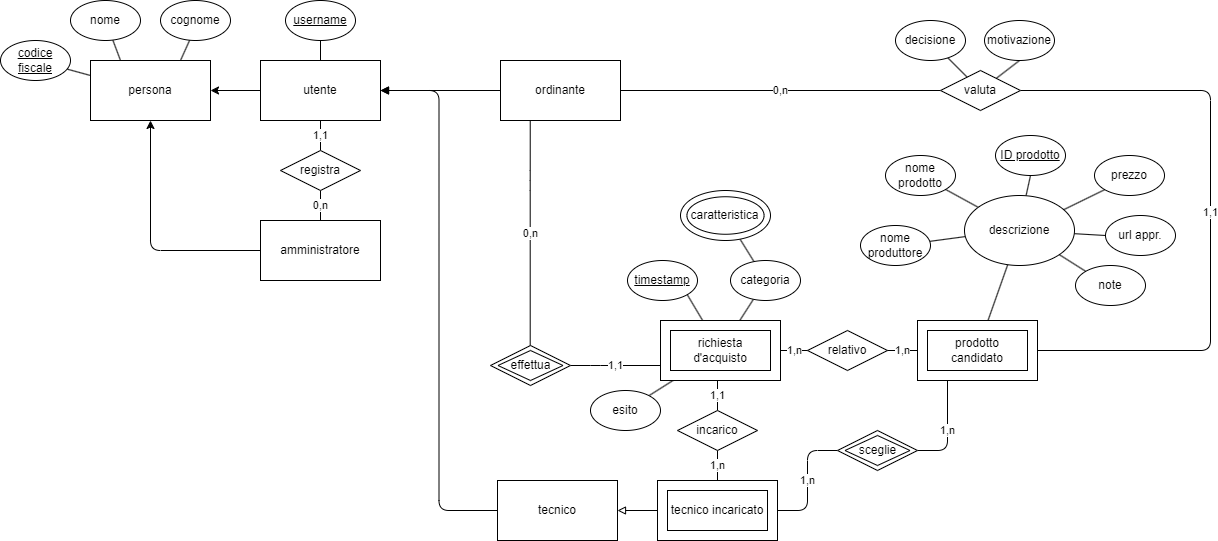
The draw.io diagram assets/ER_concettuale.png in StefanoElisio/Progetto-base-di-dati, before a commit. Source tidied: cells renumbered, new cells last; positions are measured from the earlier drawing's top-left corner, leaving out a move shared by most shapes.
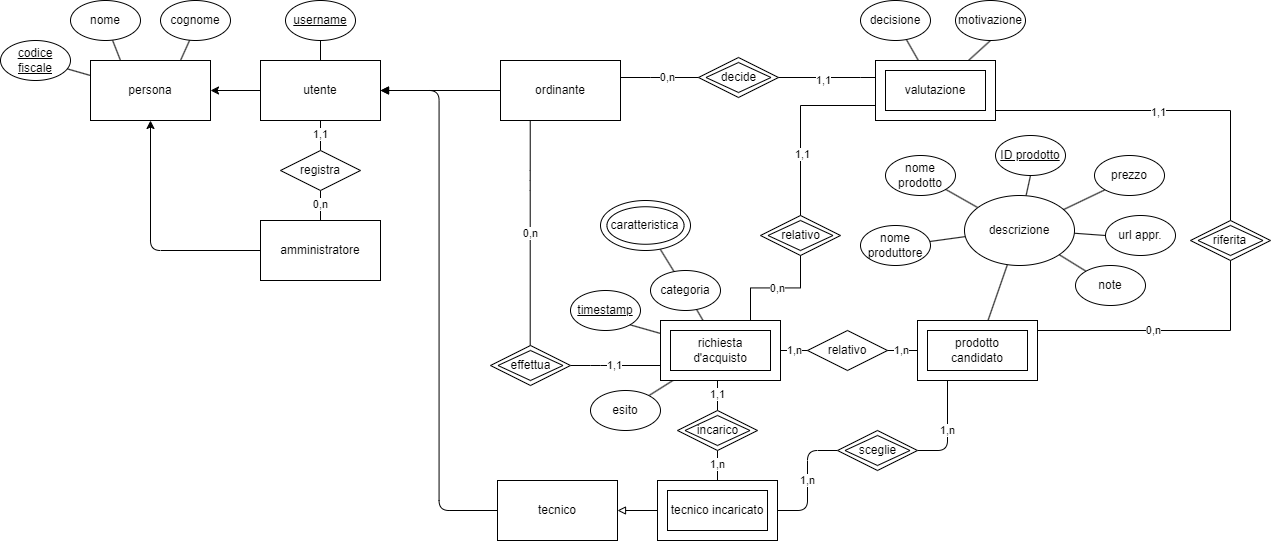
After the commit.

What changed in the source:
```diff
@@ -20,9 +20,6 @@
     <mxCell id="7" style="edgeStyle=orthogonalEdgeStyle;jettySize=auto;html=1;strokeColor=default;strokeWidth=1;endArrow=block;endFill=1;" parent="1" edge="1" source="9" target="6">
       <mxGeometry relative="1" as="geometry" />
     </mxCell>
-    <mxCell id="8" value="0,n" style="edgeStyle=none;jettySize=auto;html=1;endArrow=none;endFill=0;entryX=0;entryY=0.5;entryDx=0;entryDy=0;" parent="1" edge="1" source="9" target="73">
-      <mxGeometry relative="1" as="geometry" />
-    </mxCell>
     <mxCell id="9" value="ordinante" style="rounded=0;whiteSpace=wrap;html=1;labelBackgroundColor=none;" parent="1" vertex="1">
       <mxGeometry x="500" y="60" width="120" height="60" as="geometry" />
     </mxCell>
@@ -120,7 +117,7 @@
         <mxPoint x="717" y="380" as="targetPoint" />
       </mxGeometry>
     </mxCell>
-    <mxCell id="36" value="incarico" style="rhombus;whiteSpace=wrap;html=1;" parent="1" vertex="1">
+    <mxCell id="36" style="rhombus;whiteSpace=wrap;html=1;" parent="1" vertex="1">
       <mxGeometry x="677" y="410" width="80" height="40" as="geometry" />
     </mxCell>
     <mxCell id="37" value="1,n" style="edgeStyle=orthogonalEdgeStyle;jettySize=auto;html=1;endArrow=none;endFill=0;exitX=1;exitY=0.5;exitDx=0;exitDy=0;entryX=0.25;entryY=1;entryDx=0;entryDy=0;" parent="1" edge="1" source="45" target="53">
@@ -192,20 +189,11 @@
         <mxPoint x="887" y="350" as="targetPoint" />
       </mxGeometry>
     </mxCell>
-    <mxCell id="59" value="1,1" style="edgeStyle=orthogonalEdgeStyle;jettySize=auto;html=1;entryX=1;entryY=0.5;entryDx=0;entryDy=0;endArrow=none;endFill=0;exitX=1;exitY=0.5;exitDx=0;exitDy=0;" parent="1" edge="1" source="73" target="53">
-      <mxGeometry relative="1" as="geometry">
-        <Array as="points">
-          <mxPoint x="1020" y="90" />
-          <mxPoint x="1210" y="90" />
-          <mxPoint x="1210" y="350" />
-        </Array>
-      </mxGeometry>
-    </mxCell>
-    <mxCell id="60" style="edgeStyle=none;jettySize=auto;html=1;entryX=0.5;entryY=1;entryDx=0;entryDy=0;endArrow=none;endFill=0;" parent="1" edge="1" source="73" target="61">
+    <mxCell id="60" style="edgeStyle=none;jettySize=auto;html=1;entryX=0.5;entryY=1;entryDx=0;entryDy=0;endArrow=none;endFill=0;" parent="1" edge="1" source="82" target="61">
       <mxGeometry relative="1" as="geometry" />
     </mxCell>
     <mxCell id="61" value="motivazione" style="ellipse;whiteSpace=wrap;html=1;fontStyle=0;" parent="1" vertex="1">
-      <mxGeometry x="984" y="20" width="70" height="40" as="geometry" />
+      <mxGeometry x="955" width="70" height="40" as="geometry" />
     </mxCell>
     <mxCell id="62" style="edgeStyle=none;jettySize=auto;html=1;endArrow=none;endFill=0;" parent="1" edge="1" source="66" target="63">
       <mxGeometry relative="1" as="geometry" />
@@ -214,7 +202,7 @@
       <mxGeometry x="590" y="390" width="70" height="40" as="geometry" />
     </mxCell>
     <mxCell id="64" value="categoria" style="ellipse;whiteSpace=wrap;html=1;" parent="1" vertex="1">
-      <mxGeometry x="730" y="260" width="70" height="40" as="geometry" />
+      <mxGeometry x="650" y="270" width="70" height="40" as="geometry" />
     </mxCell>
     <mxCell id="65" style="group;" parent="1" vertex="1">
       <mxGeometry x="660" y="320" width="120" height="60" as="geometry" />
@@ -238,19 +226,16 @@
       <mxGeometry relative="1" as="geometry" />
     </mxCell>
     <mxCell id="72" value="timestamp" style="ellipse;whiteSpace=wrap;html=1;fontStyle=4;" parent="1" vertex="1">
-      <mxGeometry x="627" y="260" width="70" height="40" as="geometry" />
+      <mxGeometry x="570" y="290" width="70" height="40" as="geometry" />
     </mxCell>
-    <mxCell id="73" value="valuta" style="rhombus;whiteSpace=wrap;html=1;" parent="1" vertex="1">
-      <mxGeometry x="940" y="70" width="80" height="40" as="geometry" />
-    </mxCell>
-    <mxCell id="74" style="edgeStyle=none;jettySize=auto;html=1;endArrow=none;endFill=0;" parent="1" edge="1" source="75" target="73">
+    <mxCell id="74" style="edgeStyle=none;jettySize=auto;html=1;endArrow=none;endFill=0;" parent="1" edge="1" source="75" target="82">
       <mxGeometry relative="1" as="geometry" />
     </mxCell>
     <mxCell id="75" value="decisione" style="ellipse;whiteSpace=wrap;html=1;fontStyle=0;" parent="1" vertex="1">
-      <mxGeometry x="895" y="20" width="70" height="40" as="geometry" />
+      <mxGeometry x="860" width="70" height="40" as="geometry" />
     </mxCell>
     <mxCell id="76" value="caratteristica" style="group;verticalAlign=middle;fontStyle=0;" parent="1" vertex="1">
-      <mxGeometry x="680" y="190" width="90" height="50" as="geometry" />
+      <mxGeometry x="600" y="200" width="90" height="50" as="geometry" />
     </mxCell>
     <mxCell id="77" style="ellipse;whiteSpace=wrap;html=1;fontStyle=4;fillStyle=auto;" parent="76" vertex="1">
       <mxGeometry width="90" height="50" as="geometry" />
@@ -264,5 +249,99 @@
     <mxCell id="80" value="descrizione" style="ellipse;whiteSpace=wrap;html=1;" parent="1" vertex="1">
       <mxGeometry x="964" y="195" width="110" height="70" as="geometry" />
     </mxCell>
+    <mxCell id="81" style="group;" parent="1" vertex="1">
+      <mxGeometry x="875" y="60" width="120" height="60" as="geometry" />
+    </mxCell>
+    <mxCell id="82" style="whiteSpace=wrap;html=1;" parent="81" vertex="1">
+      <mxGeometry width="120" height="60" as="geometry" />
+    </mxCell>
+    <mxCell id="83" value="valutazione" style="rounded=0;whiteSpace=wrap;html=1;labelBackgroundColor=none;" parent="81" vertex="1">
+      <mxGeometry x="10" y="10" width="100" height="40" as="geometry" />
+    </mxCell>
+    <mxCell id="84" style="group;" parent="1" vertex="1">
+      <mxGeometry x="698" y="57" width="80" height="40" as="geometry" />
+    </mxCell>
+    <mxCell id="85" style="rhombus;whiteSpace=wrap;html=1;" parent="84" vertex="1">
+      <mxGeometry width="80" height="40" as="geometry" />
+    </mxCell>
+    <mxCell id="86" value="decide" style="rhombus;whiteSpace=wrap;html=1;" parent="84" vertex="1">
+      <mxGeometry x="7.5" y="5" width="65" height="30" as="geometry" />
+    </mxCell>
+    <mxCell id="87" style="group;" parent="1" vertex="1">
+      <mxGeometry x="1190" y="220" width="80" height="40" as="geometry" />
+    </mxCell>
+    <mxCell id="88" style="rhombus;whiteSpace=wrap;html=1;" parent="87" vertex="1">
+      <mxGeometry width="80" height="40" as="geometry" />
+    </mxCell>
+    <mxCell id="89" value="riferita" style="rhombus;whiteSpace=wrap;html=1;" parent="87" vertex="1">
+      <mxGeometry x="7.5" y="5" width="65" height="30" as="geometry" />
+    </mxCell>
+    <mxCell id="90" style="group;" parent="1" vertex="1">
+      <mxGeometry x="760" y="215" width="80" height="40" as="geometry" />
+    </mxCell>
+    <mxCell id="91" style="rhombus;whiteSpace=wrap;html=1;" parent="90" vertex="1">
+      <mxGeometry width="80" height="40" as="geometry" />
+    </mxCell>
+    <mxCell id="92" value="relativo" style="rhombus;whiteSpace=wrap;html=1;" parent="90" vertex="1">
+      <mxGeometry x="7.5" y="5" width="65" height="30" as="geometry" />
+    </mxCell>
+    <mxCell id="93" style="edgeStyle=orthogonalEdgeStyle;rounded=0;jettySize=auto;html=1;entryX=0.5;entryY=1;entryDx=0;entryDy=0;endArrow=none;endFill=0;" parent="1" edge="1" source="53" target="88">
+      <mxGeometry relative="1" as="geometry">
+        <Array as="points">
+          <mxPoint x="1230" y="330" />
+        </Array>
+      </mxGeometry>
+    </mxCell>
+    <mxCell id="94" value="0,n" style="edgeLabel;html=1;align=center;verticalAlign=middle;" parent="93" vertex="1">
+      <mxGeometry x="-0.12" y="1" relative="1" as="geometry" />
+    </mxCell>
+    <mxCell id="95" style="edgeStyle=orthogonalEdgeStyle;rounded=0;jettySize=auto;html=1;endArrow=none;endFill=0;" parent="1" edge="1" target="82">
+      <mxGeometry relative="1" as="geometry">
+        <mxPoint x="1230" y="220" as="sourcePoint" />
+        <Array as="points">
+          <mxPoint x="1230" y="110" />
+        </Array>
+      </mxGeometry>
+    </mxCell>
+    <mxCell id="96" value="1,1" style="edgeLabel;html=1;align=center;verticalAlign=middle;" parent="95" vertex="1">
+      <mxGeometry x="0.06" y="1" relative="1" as="geometry" />
+    </mxCell>
+    <mxCell id="97" style="edgeStyle=orthogonalEdgeStyle;rounded=0;jettySize=auto;html=1;exitX=0.75;exitY=0;exitDx=0;exitDy=0;entryX=0.5;entryY=1;entryDx=0;entryDy=0;endArrow=none;endFill=0;" parent="1" edge="1" source="66" target="91">
+      <mxGeometry relative="1" as="geometry" />
+    </mxCell>
+    <mxCell id="98" value="0,n" style="edgeLabel;html=1;align=center;verticalAlign=middle;" parent="97" vertex="1">
+      <mxGeometry x="0.03" relative="1" as="geometry" />
+    </mxCell>
+    <mxCell id="99" style="edgeStyle=orthogonalEdgeStyle;rounded=0;jettySize=auto;html=1;exitX=0;exitY=0.75;exitDx=0;exitDy=0;entryX=0.5;entryY=0;entryDx=0;entryDy=0;endArrow=none;endFill=0;" parent="1" edge="1" source="82" target="91">
+      <mxGeometry relative="1" as="geometry" />
+    </mxCell>
+    <mxCell id="100" value="1,1" style="edgeLabel;html=1;align=center;verticalAlign=middle;" parent="99" vertex="1">
+      <mxGeometry x="0.34" y="1" relative="1" as="geometry" />
+    </mxCell>
+    <mxCell id="101" style="edgeStyle=orthogonalEdgeStyle;rounded=0;jettySize=auto;html=1;entryX=1;entryY=0.5;entryDx=0;entryDy=0;endArrow=none;endFill=0;" parent="1" edge="1" source="82" target="85">
+      <mxGeometry relative="1" as="geometry">
+        <Array as="points">
+          <mxPoint x="860" y="77" />
+          <mxPoint x="860" y="77" />
+        </Array>
+      </mxGeometry>
+    </mxCell>
+    <mxCell id="102" value="1,1" style="edgeLabel;html=1;align=center;verticalAlign=middle;" parent="101" vertex="1">
+      <mxGeometry x="0.09" y="2" relative="1" as="geometry" />
+    </mxCell>
+    <mxCell id="103" style="edgeStyle=orthogonalEdgeStyle;rounded=0;jettySize=auto;html=1;endArrow=none;endFill=0;" parent="1" edge="1" source="85" target="9">
+      <mxGeometry relative="1" as="geometry">
+        <Array as="points">
+          <mxPoint x="650" y="77" />
+          <mxPoint x="650" y="77" />
+        </Array>
+      </mxGeometry>
+    </mxCell>
+    <mxCell id="104" value="0,n" style="edgeLabel;html=1;align=center;verticalAlign=middle;" parent="103" vertex="1">
+      <mxGeometry x="-0.19" y="-1" relative="1" as="geometry" />
+    </mxCell>
+    <mxCell id="105" value="incarico" style="rhombus;whiteSpace=wrap;html=1;" parent="1" vertex="1">
+      <mxGeometry x="684.5" y="415" width="65" height="30" as="geometry" />
+    </mxCell>
   </root>
 </mxGraphModel>
```
